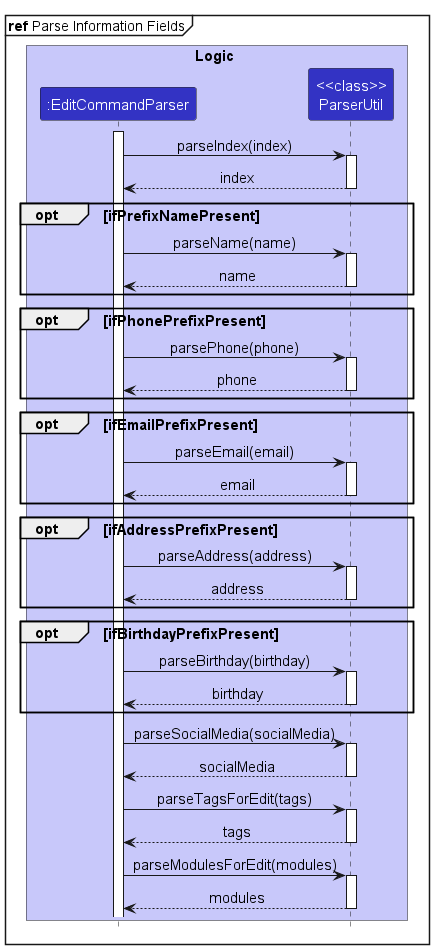
The PlantUML diagram docs/images/EditCommandParseInformationFieldsDiagram.png in nus-cs2103-AY2223S2/tp, before a commit. Source of this version:
```plantuml
@startuml
!include style.puml
mainframe **ref** Parse Information Fields

skinparam defaultFontSize 15
skinparam titleFontSize 15

box Logic LOGIC_COLOR_T1
participant ":EditCommandParser" as EditCommandParser LOGIC_COLOR
participant "<<class>>\nParserUtil" as ParserUtil LOGIC_COLOR
end box
box

activate EditCommandParser

EditCommandParser->ParserUtil:parseIndex(index)
activate ParserUtil
return index

opt ifPrefixNamePresent
EditCommandParser->ParserUtil:parseName(name)
activate ParserUtil
return name
end
opt ifPhonePrefixPresent
    EditCommandParser->ParserUtil:parsePhone(phone)
    activate ParserUtil
    return phone
end
opt ifEmailPrefixPresent
    EditCommandParser->ParserUtil:parseEmail(email)
    activate ParserUtil
    return email
end
opt ifAddressPrefixPresent
    EditCommandParser->ParserUtil:parseAddress(address)
    activate ParserUtil
    return address
end
opt ifBirthdayPrefixPresent
    EditCommandParser->ParserUtil:parseBirthday(birthday)
    activate ParserUtil
    return birthday
end
EditCommandParser->ParserUtil:parseSocialMedia(socialMedia)
activate ParserUtil
return socialMedia
EditCommandParser->ParserUtil:parseTagsForEdit(tags)
activate ParserUtil
return tags
EditCommandParser->ParserUtil:parseModulesForEdit(modules)
activate ParserUtil
return modules
@enduml
```
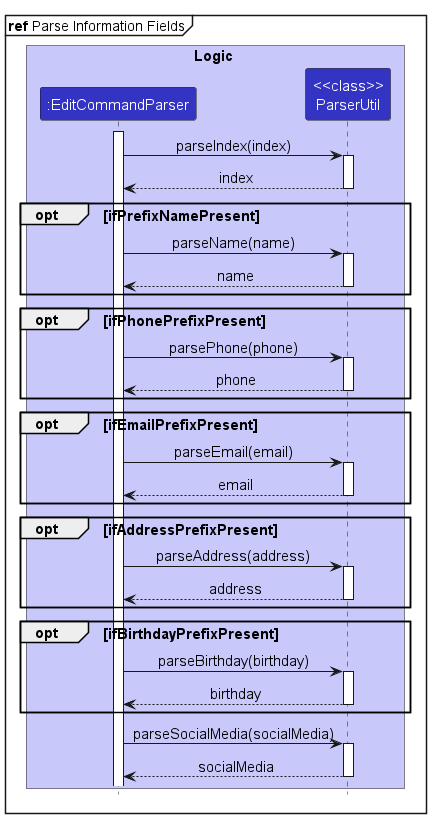
The same diagram one commit later.

What changed in the source:
```diff
@@ -45,10 +45,4 @@
 EditCommandParser->ParserUtil:parseSocialMedia(socialMedia)
 activate ParserUtil
 return socialMedia
-EditCommandParser->ParserUtil:parseTagsForEdit(tags)
-activate ParserUtil
-return tags
-EditCommandParser->ParserUtil:parseModulesForEdit(modules)
-activate ParserUtil
-return modules
 @enduml
```
